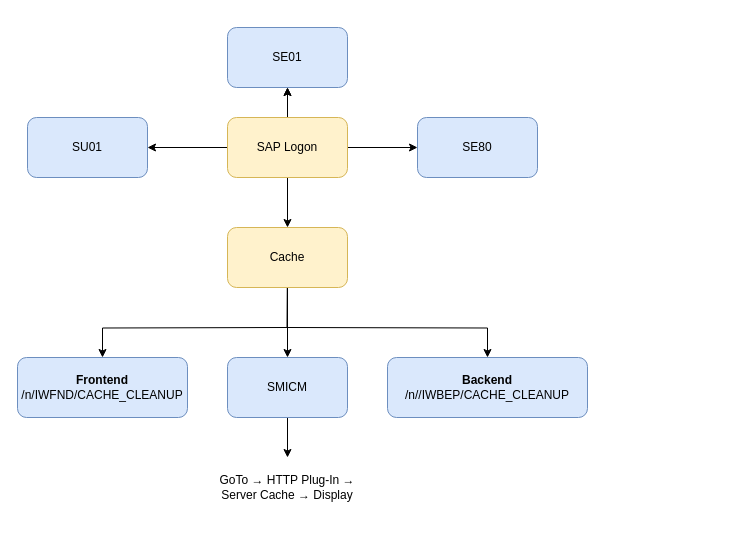
Above: SAP Logon.drawio in lion9/1_DIAGRAMS (draw.io), before the change. Source tidied: cells renumbered, new cells numbered last; positions are measured from the earlier drawing's top-left corner, leaving out a move shared by most shapes. Both pictures are drawn from the tidied source at 100%, with x=0, y=0 at pixel (17, 27).
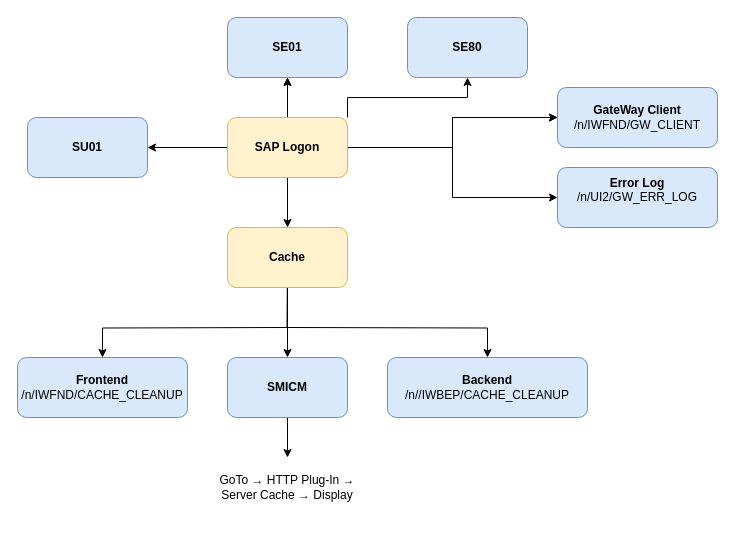
Above is the later version.

Diff of the diagram source:
```diff
@@
-    <mxCell id="8" style="edgeStyle=orthogonalEdgeStyle;rounded=0;jettySize=auto;html=1;" parent="1" edge="1" source="9" target="21">
+    <mxCell id="8" style="edgeStyle=orthogonalEdgeStyle;rounded=0;jettySize=auto;html=1;exitX=1;exitY=0;exitDx=0;exitDy=0;" parent="1" edge="1" source="9" target="21">
       <mxGeometry relative="1" as="geometry" />
     </mxCell>
+    <mxCell id="22" style="edgeStyle=orthogonalEdgeStyle;rounded=0;jettySize=auto;html=1;" parent="1" edge="1" source="9" target="25">
+      <mxGeometry relative="1" as="geometry" />
+    </mxCell>
+    <mxCell id="23" style="edgeStyle=orthogonalEdgeStyle;rounded=0;jettySize=auto;html=1;" parent="1" edge="1" source="9" target="25">
+      <mxGeometry relative="1" as="geometry" />
+    </mxCell>
+    <mxCell id="24" style="edgeStyle=orthogonalEdgeStyle;rounded=0;jettySize=auto;html=1;" parent="1" edge="1" source="9" target="26">
+      <mxGeometry relative="1" as="geometry" />
+    </mxCell>
-    <mxCell id="9" value="SAP Logon" style="rounded=1;whiteSpace=wrap;html=1;fillColor=#fff2cc;strokeColor=#d6b656;" parent="1" vertex="1">
+    <mxCell id="9" value="SAP Logon" style="rounded=1;whiteSpace=wrap;html=1;fillColor=#fff2cc;strokeColor=#d6b656;fontStyle=1;" parent="1" vertex="1">
       <mxGeometry x="210" y="90" width="120" height="60" as="geometry" />
     </mxCell>
@@
-    <mxCell id="11" value="SMICM" style="rounded=1;whiteSpace=wrap;html=1;fillColor=#dae8fc;strokeColor=#6c8ebf;" parent="1" vertex="1">
+    <mxCell id="11" value="SMICM" style="rounded=1;whiteSpace=wrap;html=1;fillColor=#dae8fc;strokeColor=#6c8ebf;fontStyle=1;" parent="1" vertex="1">
       <mxGeometry x="210" y="330" width="120" height="60" as="geometry" />
     </mxCell>
@@
-    <mxCell id="18" value="Cache" style="rounded=1;whiteSpace=wrap;html=1;fillColor=#fff2cc;strokeColor=#d6b656;" parent="1" vertex="1">
+    <mxCell id="18" value="Cache" style="rounded=1;whiteSpace=wrap;html=1;fillColor=#fff2cc;strokeColor=#d6b656;fontStyle=1;" parent="1" vertex="1">
       <mxGeometry x="210" y="200" width="120" height="60" as="geometry" />
     </mxCell>
-    <mxCell id="19" value="SU01" style="rounded=1;whiteSpace=wrap;html=1;fillColor=#dae8fc;strokeColor=#6c8ebf;" parent="1" vertex="1">
+    <mxCell id="19" value="SU01" style="rounded=1;whiteSpace=wrap;html=1;fillColor=#dae8fc;strokeColor=#6c8ebf;fontStyle=1;" parent="1" vertex="1">
       <mxGeometry x="10" y="90" width="120" height="60" as="geometry" />
     </mxCell>
-    <mxCell id="20" value="SE01" style="rounded=1;whiteSpace=wrap;html=1;fillColor=#dae8fc;strokeColor=#6c8ebf;" parent="1" vertex="1">
-      <mxGeometry x="210" width="120" height="60" as="geometry" />
+    <mxCell id="20" value="SE01" style="rounded=1;whiteSpace=wrap;html=1;fillColor=#dae8fc;strokeColor=#6c8ebf;fontStyle=1;" parent="1" vertex="1">
+      <mxGeometry x="210" y="-10" width="120" height="60" as="geometry" />
     </mxCell>
-    <mxCell id="21" value="SE80" style="rounded=1;whiteSpace=wrap;html=1;fillColor=#dae8fc;strokeColor=#6c8ebf;" parent="1" vertex="1">
-      <mxGeometry x="400" y="90" width="120" height="60" as="geometry" />
+    <mxCell id="21" value="SE80" style="rounded=1;whiteSpace=wrap;html=1;fillColor=#dae8fc;strokeColor=#6c8ebf;fontStyle=1;" parent="1" vertex="1">
+      <mxGeometry x="390" y="-10" width="120" height="60" as="geometry" />
     </mxCell>
+    <mxCell id="25" value="&lt;b&gt;GateWay Client&lt;br&gt;&lt;/b&gt;/n/IWFND/GW_CLIENT" style="rounded=1;whiteSpace=wrap;html=1;fillColor=#dae8fc;strokeColor=#6c8ebf;" parent="1" vertex="1">
+      <mxGeometry x="540" y="60" width="160" height="60" as="geometry" />
+    </mxCell>
+    <mxCell id="26" value="&lt;b&gt;Error Log&lt;br&gt;&lt;/b&gt;/n/&lt;span style=&quot;background-color: initial;&quot;&gt;UI2/GW_ERR_LOG&lt;/span&gt;&lt;br&gt;&lt;div&gt;&lt;br&gt;&lt;/div&gt;" style="rounded=1;whiteSpace=wrap;html=1;fillColor=#dae8fc;strokeColor=#6c8ebf;" parent="1" vertex="1">
+      <mxGeometry x="540" y="140" width="160" height="60" as="geometry" />
+    </mxCell>
```
